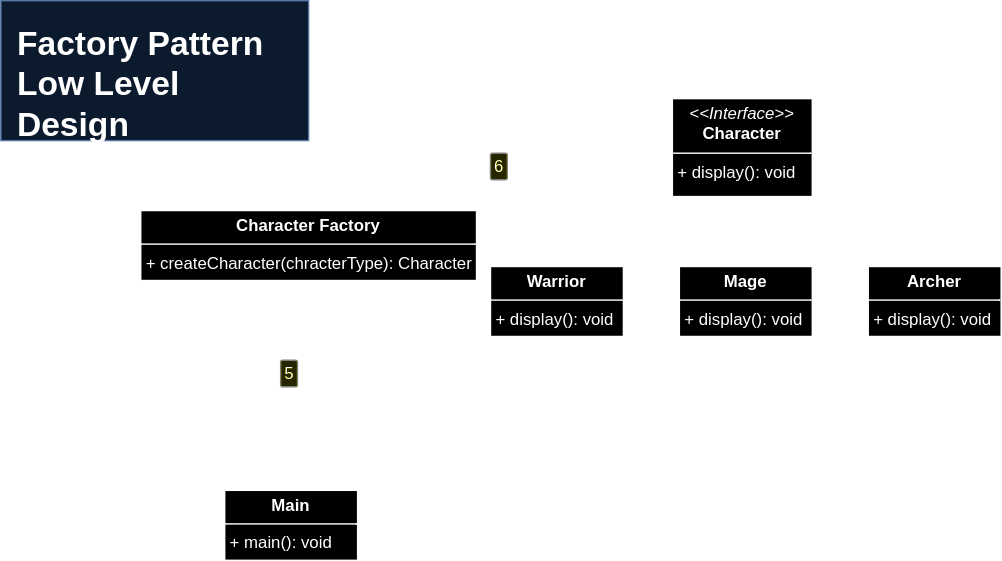
This is Design Patterns Designs/Creational Patterns/Factory Pattern/VideoGameApp.drawio.svg from uchiharizvi/design-diagrams, a draw.io export, as it was before one commit. Source tidied: cells renumbered, new cells last; positions are measured from the earlier drawing's top-left corner, leaving out a move shared by most shapes. The source it was exported from:
```xml
<mxGraphModel>
  <root>
    <mxCell id="0" />
    <mxCell id="1" parent="0" />
    <mxCell id="2" style="rounded=0;whiteSpace=wrap;html=1;fillColor=#dae8fc;strokeColor=#6c8ebf;" parent="1" vertex="1">
      <mxGeometry width="220" height="100" as="geometry" />
    </mxCell>
    <mxCell id="3" value="&lt;h1 style=&quot;margin-top: 0px;&quot;&gt;Factory Pattern Low Level Design&lt;/h1&gt;&lt;p&gt;&lt;br&gt;&lt;/p&gt;" style="text;html=1;whiteSpace=wrap;overflow=hidden;rounded=0;" parent="1" vertex="1">
      <mxGeometry x="10" y="10" width="180" height="90" as="geometry" />
    </mxCell>
    <mxCell id="4" value="&lt;p style=&quot;margin:0px;margin-top:4px;text-align:center;&quot;&gt;&lt;i&gt;&amp;lt;&amp;lt;Interface&amp;gt;&amp;gt;&lt;/i&gt;&lt;br&gt;&lt;b&gt;Character&lt;/b&gt;&lt;/p&gt;&lt;hr size=&quot;1&quot; style=&quot;border-style:solid;&quot;&gt;&lt;p style=&quot;margin:0px;margin-left:4px;&quot;&gt;+ display(): void&lt;br&gt;&lt;/p&gt;" style="verticalAlign=top;align=left;overflow=fill;html=1;whiteSpace=wrap;" parent="1" vertex="1">
      <mxGeometry x="480" y="70" width="100" height="70" as="geometry" />
    </mxCell>
    <mxCell id="5" value="&lt;p style=&quot;margin:0px;margin-top:4px;text-align:center;&quot;&gt;&lt;b&gt;Warrior&lt;/b&gt;&lt;/p&gt;&lt;hr size=&quot;1&quot; style=&quot;border-style:solid;&quot;&gt;&lt;p style=&quot;margin:0px;margin-left:4px;&quot;&gt;+ display(): void&lt;/p&gt;" style="verticalAlign=top;align=left;overflow=fill;html=1;whiteSpace=wrap;" parent="1" vertex="1">
      <mxGeometry x="350" y="190" width="95" height="50" as="geometry" />
    </mxCell>
    <mxCell id="6" value="&lt;p style=&quot;margin:0px;margin-top:4px;text-align:center;&quot;&gt;&lt;b&gt;Mage&lt;/b&gt;&lt;/p&gt;&lt;hr size=&quot;1&quot; style=&quot;border-style:solid;&quot;&gt;&lt;p style=&quot;margin:0px;margin-left:4px;&quot;&gt;+ display(): void&lt;/p&gt;" style="verticalAlign=top;align=left;overflow=fill;html=1;whiteSpace=wrap;" parent="1" vertex="1">
      <mxGeometry x="485" y="190" width="95" height="50" as="geometry" />
    </mxCell>
    <mxCell id="7" value="&lt;p style=&quot;margin:0px;margin-top:4px;text-align:center;&quot;&gt;&lt;b&gt;Archer&lt;/b&gt;&lt;/p&gt;&lt;hr size=&quot;1&quot; style=&quot;border-style:solid;&quot;&gt;&lt;p style=&quot;margin:0px;margin-left:4px;&quot;&gt;+ display(): void&lt;/p&gt;" style="verticalAlign=top;align=left;overflow=fill;html=1;whiteSpace=wrap;" parent="1" vertex="1">
      <mxGeometry x="620" y="190" width="95" height="50" as="geometry" />
    </mxCell>
    <mxCell id="8" value="&lt;p style=&quot;margin:0px;margin-top:4px;text-align:center;&quot;&gt;&lt;b&gt;Main&lt;/b&gt;&lt;/p&gt;&lt;hr size=&quot;1&quot; style=&quot;border-style:solid;&quot;&gt;&lt;p style=&quot;margin:0px;margin-left:4px;&quot;&gt;+ main(): void&lt;/p&gt;" style="verticalAlign=top;align=left;overflow=fill;html=1;whiteSpace=wrap;" parent="1" vertex="1">
      <mxGeometry x="160" y="350" width="95" height="50" as="geometry" />
    </mxCell>
    <mxCell id="9" value="&lt;p style=&quot;margin:0px;margin-top:4px;text-align:center;&quot;&gt;&lt;b&gt;Character Factory&lt;/b&gt;&lt;/p&gt;&lt;hr size=&quot;1&quot; style=&quot;border-style:solid;&quot;&gt;&lt;p style=&quot;margin:0px;margin-left:4px;&quot;&gt;+ createCharacter(chracterType): Character&lt;/p&gt;" style="verticalAlign=top;align=left;overflow=fill;html=1;whiteSpace=wrap;" parent="1" vertex="1">
      <mxGeometry x="100" y="150" width="240" height="50" as="geometry" />
    </mxCell>
    <mxCell id="10" style="endArrow=classic;html=1;rounded=0;exitX=0.419;exitY=-0.002;exitDx=0;exitDy=0;entryX=0.417;entryY=1.037;entryDx=0;entryDy=0;entryPerimeter=0;orthogonal=1;enumerate=1;comic=0;flowAnimation=1;exitPerimeter=0;" parent="1" edge="1" source="8" target="9">
      <mxGeometry relative="1" as="geometry" />
    </mxCell>
    <mxCell id="11" style="endArrow=classic;html=1;rounded=0;flowAnimation=1;enumerate=1;exitX=0.5;exitY=0;exitDx=0;exitDy=0;entryX=0;entryY=0.5;entryDx=0;entryDy=0;" parent="1" edge="1" source="9" target="4">
      <mxGeometry relative="1" as="geometry" />
    </mxCell>
    <mxCell id="12" style="endArrow=none;html=1;rounded=0;" parent="1" edge="1">
      <mxGeometry relative="1" as="geometry">
        <mxPoint x="400" y="170" as="sourcePoint" />
        <mxPoint x="660" y="170" as="targetPoint" />
      </mxGeometry>
    </mxCell>
    <mxCell id="13" style="endArrow=none;html=1;rounded=0;exitX=0.521;exitY=-0.001;exitDx=0;exitDy=0;exitPerimeter=0;" parent="1" edge="1" source="5">
      <mxGeometry relative="1" as="geometry">
        <mxPoint x="400" y="170" as="targetPoint" />
      </mxGeometry>
    </mxCell>
    <mxCell id="14" style="endArrow=none;html=1;rounded=0;exitX=0.521;exitY=-0.001;exitDx=0;exitDy=0;exitPerimeter=0;" parent="1" edge="1">
      <mxGeometry relative="1" as="geometry">
        <mxPoint x="540" y="190" as="sourcePoint" />
        <mxPoint x="540" y="170" as="targetPoint" />
      </mxGeometry>
    </mxCell>
    <mxCell id="15" style="endArrow=none;html=1;rounded=0;exitX=0.521;exitY=-0.001;exitDx=0;exitDy=0;exitPerimeter=0;" parent="1" edge="1">
      <mxGeometry relative="1" as="geometry">
        <mxPoint x="660" y="190" as="sourcePoint" />
        <mxPoint x="660" y="170" as="targetPoint" />
      </mxGeometry>
    </mxCell>
    <mxCell id="16" style="endArrow=none;html=1;rounded=0;" parent="1" edge="1">
      <mxGeometry relative="1" as="geometry">
        <mxPoint x="540" y="170" as="sourcePoint" />
        <mxPoint x="540" y="140" as="targetPoint" />
      </mxGeometry>
    </mxCell>
  </root>
</mxGraphModel>
```
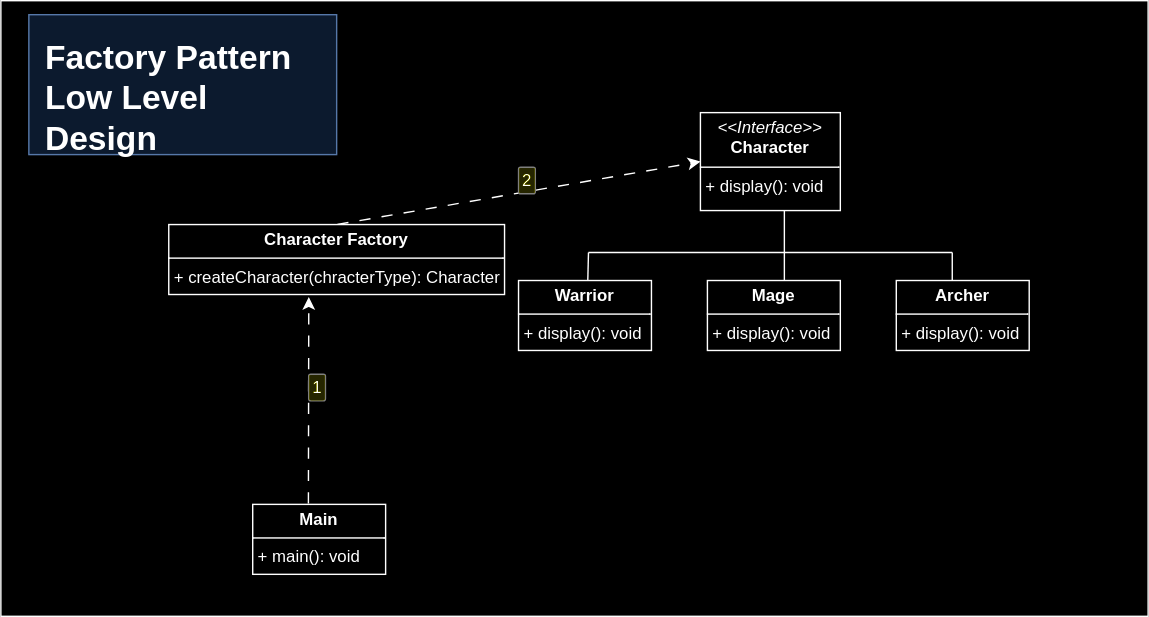
After the change.

Diff of the diagram source:
```diff
@@ -2,6 +2,9 @@
   <root>
     <mxCell id="0" />
     <mxCell id="1" parent="0" />
+    <mxCell id="17" style="rounded=0;whiteSpace=wrap;html=1;" parent="1" vertex="1">
+      <mxGeometry x="-20" y="-10" width="820" height="440" as="geometry" />
+    </mxCell>
     <mxCell id="2" style="rounded=0;whiteSpace=wrap;html=1;fillColor=#dae8fc;strokeColor=#6c8ebf;" parent="1" vertex="1">
       <mxGeometry width="220" height="100" as="geometry" />
     </mxCell>
```
